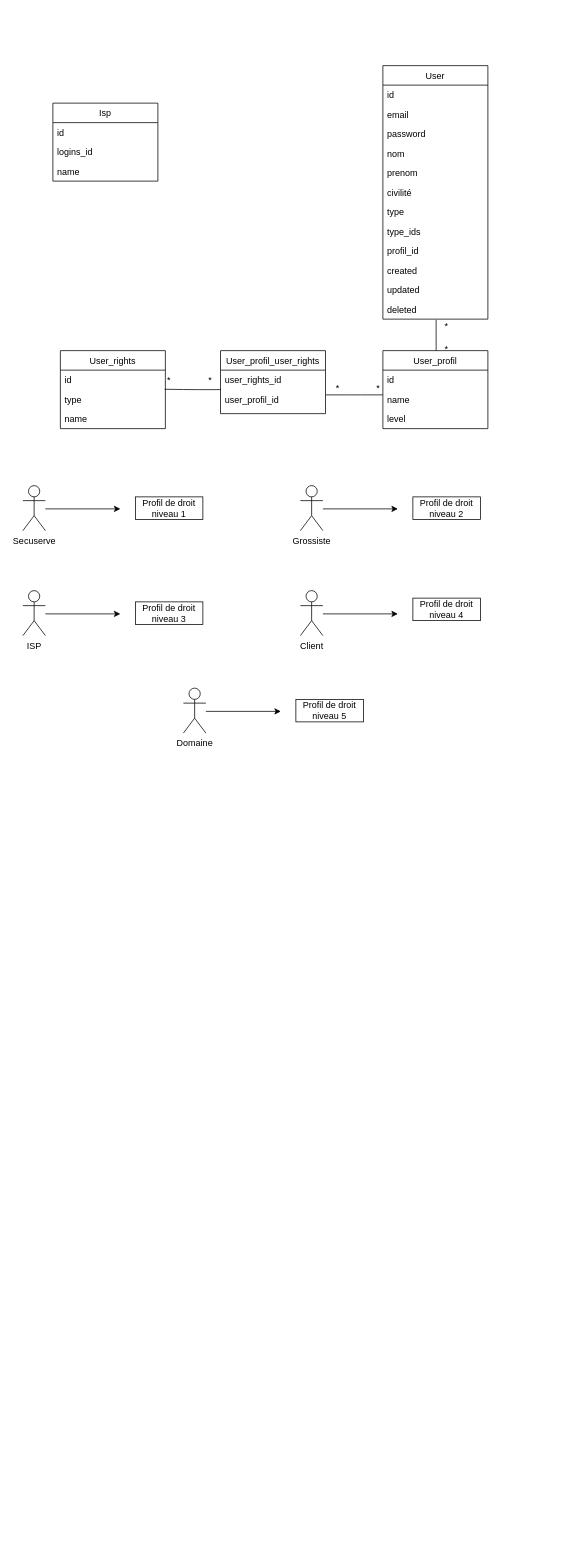
Above: security.drawio in nrgix2/api-netpoint (draw.io), before the change. Source tidied: cells renumbered, new cells numbered last; positions are measured from the earlier drawing's top-left corner, leaving out a move shared by most shapes. Both pictures are drawn from the tidied source at 75%, with x=0, y=0 at pixel (22, 65).
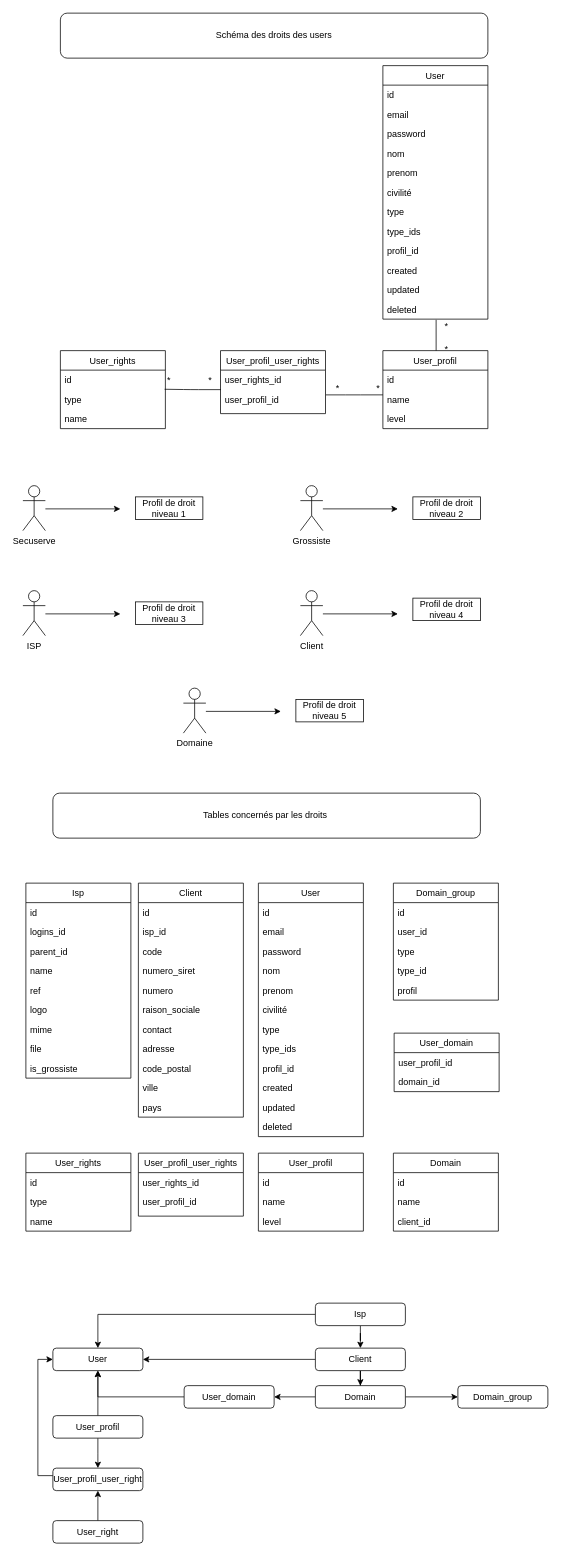
Above is the later version.

The edit, as a diff of the source:
```diff
@@
+    <mxCell id="54" value="User" style="swimlane;fontStyle=0;horizontal=1;startSize=26;" parent="1" vertex="1">
+      <mxGeometry x="314" y="1090" width="140" height="338" as="geometry" />
+    </mxCell>
+    <mxCell id="55" value="id" style="text;strokeColor=none;fillColor=none;align=left;verticalAlign=top;spacingLeft=4;spacingRight=4;overflow=hidden;" parent="54" vertex="1">
+      <mxGeometry y="26" width="140" height="26" as="geometry" />
+    </mxCell>
+    <mxCell id="56" value="email" style="text;strokeColor=none;fillColor=none;align=left;verticalAlign=top;spacingLeft=4;spacingRight=4;overflow=hidden;" parent="54" vertex="1">
+      <mxGeometry y="52" width="140" height="26" as="geometry" />
+    </mxCell>
+    <mxCell id="57" value="password" style="text;strokeColor=none;fillColor=none;align=left;verticalAlign=top;spacingLeft=4;spacingRight=4;overflow=hidden;" parent="54" vertex="1">
+      <mxGeometry y="78" width="140" height="26" as="geometry" />
+    </mxCell>
+    <mxCell id="58" value="nom" style="text;strokeColor=none;fillColor=none;align=left;verticalAlign=top;spacingLeft=4;spacingRight=4;overflow=hidden;" parent="54" vertex="1">
+      <mxGeometry y="104" width="140" height="26" as="geometry" />
+    </mxCell>
+    <mxCell id="59" value="prenom" style="text;strokeColor=none;fillColor=none;align=left;verticalAlign=top;spacingLeft=4;spacingRight=4;overflow=hidden;" parent="54" vertex="1">
+      <mxGeometry y="130" width="140" height="26" as="geometry" />
+    </mxCell>
+    <mxCell id="60" value="civilité" style="text;strokeColor=none;fillColor=none;align=left;verticalAlign=top;spacingLeft=4;spacingRight=4;overflow=hidden;" parent="54" vertex="1">
+      <mxGeometry y="156" width="140" height="26" as="geometry" />
+    </mxCell>
+    <mxCell id="61" value="type" style="text;strokeColor=none;fillColor=none;align=left;verticalAlign=top;spacingLeft=4;spacingRight=4;overflow=hidden;" parent="54" vertex="1">
+      <mxGeometry y="182" width="140" height="26" as="geometry" />
+    </mxCell>
+    <mxCell id="62" value="type_ids" style="text;strokeColor=none;fillColor=none;align=left;verticalAlign=top;spacingLeft=4;spacingRight=4;overflow=hidden;" parent="54" vertex="1">
+      <mxGeometry y="208" width="140" height="26" as="geometry" />
+    </mxCell>
+    <mxCell id="63" value="profil_id" style="text;strokeColor=none;fillColor=none;align=left;verticalAlign=top;spacingLeft=4;spacingRight=4;overflow=hidden;" parent="54" vertex="1">
+      <mxGeometry y="234" width="140" height="26" as="geometry" />
+    </mxCell>
+    <mxCell id="64" value="created" style="text;strokeColor=none;fillColor=none;align=left;verticalAlign=top;spacingLeft=4;spacingRight=4;overflow=hidden;" parent="54" vertex="1">
+      <mxGeometry y="260" width="140" height="26" as="geometry" />
+    </mxCell>
+    <mxCell id="65" value="updated" style="text;strokeColor=none;fillColor=none;align=left;verticalAlign=top;spacingLeft=4;spacingRight=4;overflow=hidden;" parent="54" vertex="1">
+      <mxGeometry y="286" width="140" height="26" as="geometry" />
+    </mxCell>
+    <mxCell id="66" value="deleted" style="text;strokeColor=none;fillColor=none;align=left;verticalAlign=top;spacingLeft=4;spacingRight=4;overflow=hidden;" parent="54" vertex="1">
+      <mxGeometry y="312" width="140" height="26" as="geometry" />
+    </mxCell>
     <mxCell id="50" value="Isp" style="swimlane;fontStyle=0;horizontal=1;startSize=26;" parent="1" vertex="1">
-      <mxGeometry x="40" y="50" width="140" height="104" as="geometry" />
+      <mxGeometry x="4" y="1090" width="140" height="260" as="geometry" />
     </mxCell>
-    <mxCell id="51" value="id" style="text;strokeColor=none;fillColor=none;align=left;verticalAlign=top;spacingLeft=4;spacingRight=4;overflow=hidden;" parent="50" vertex="1">
-      <mxGeometry y="26" width="140" height="26" as="geometry" />
-    </mxCell>
+    <mxCell id="67" value="id" style="text;strokeColor=none;fillColor=none;align=left;verticalAlign=top;spacingLeft=4;spacingRight=4;overflow=hidden;" parent="50" vertex="1">
+      <mxGeometry y="26" width="140" height="26" as="geometry" />
+    </mxCell>
@@
+    <mxCell id="68" value="parent_id" style="text;strokeColor=none;fillColor=none;align=left;verticalAlign=top;spacingLeft=4;spacingRight=4;overflow=hidden;" parent="50" vertex="1">
+      <mxGeometry y="78" width="140" height="26" as="geometry" />
+    </mxCell>
+    <mxCell id="69" value="name" style="text;strokeColor=none;fillColor=none;align=left;verticalAlign=top;spacingLeft=4;spacingRight=4;overflow=hidden;" parent="50" vertex="1">
+      <mxGeometry y="104" width="140" height="26" as="geometry" />
+    </mxCell>
+    <mxCell id="70" value="ref" style="text;strokeColor=none;fillColor=none;align=left;verticalAlign=top;spacingLeft=4;spacingRight=4;overflow=hidden;" parent="50" vertex="1">
+      <mxGeometry y="130" width="140" height="26" as="geometry" />
+    </mxCell>
+    <mxCell id="71" value="logo" style="text;strokeColor=none;fillColor=none;align=left;verticalAlign=top;spacingLeft=4;spacingRight=4;overflow=hidden;" parent="50" vertex="1">
+      <mxGeometry y="156" width="140" height="26" as="geometry" />
+    </mxCell>
+    <mxCell id="72" value="mime" style="text;strokeColor=none;fillColor=none;align=left;verticalAlign=top;spacingLeft=4;spacingRight=4;overflow=hidden;" parent="50" vertex="1">
+      <mxGeometry y="182" width="140" height="26" as="geometry" />
+    </mxCell>
+    <mxCell id="73" value="file" style="text;strokeColor=none;fillColor=none;align=left;verticalAlign=top;spacingLeft=4;spacingRight=4;overflow=hidden;" parent="50" vertex="1">
+      <mxGeometry y="208" width="140" height="26" as="geometry" />
+    </mxCell>
+    <mxCell id="74" value="is_grossiste" style="text;strokeColor=none;fillColor=none;align=left;verticalAlign=top;spacingLeft=4;spacingRight=4;overflow=hidden;" parent="50" vertex="1">
+      <mxGeometry y="234" width="140" height="26" as="geometry" />
+    </mxCell>
+    <mxCell id="75" value="Client" style="swimlane;fontStyle=0;horizontal=1;startSize=26;" parent="1" vertex="1">
+      <mxGeometry x="154" y="1090" width="140" height="312" as="geometry" />
+    </mxCell>
+    <mxCell id="76" value="id" style="text;strokeColor=none;fillColor=none;align=left;verticalAlign=top;spacingLeft=4;spacingRight=4;overflow=hidden;" parent="75" vertex="1">
+      <mxGeometry y="26" width="140" height="26" as="geometry" />
+    </mxCell>
+    <mxCell id="77" value="isp_id" style="text;strokeColor=none;fillColor=none;align=left;verticalAlign=top;spacingLeft=4;spacingRight=4;overflow=hidden;" parent="75" vertex="1">
+      <mxGeometry y="52" width="140" height="26" as="geometry" />
+    </mxCell>
+    <mxCell id="78" value="code" style="text;strokeColor=none;fillColor=none;align=left;verticalAlign=top;spacingLeft=4;spacingRight=4;overflow=hidden;" parent="75" vertex="1">
+      <mxGeometry y="78" width="140" height="26" as="geometry" />
+    </mxCell>
+    <mxCell id="79" value="numero_siret" style="text;strokeColor=none;fillColor=none;align=left;verticalAlign=top;spacingLeft=4;spacingRight=4;overflow=hidden;" parent="75" vertex="1">
+      <mxGeometry y="104" width="140" height="26" as="geometry" />
+    </mxCell>
+    <mxCell id="80" value="numero" style="text;strokeColor=none;fillColor=none;align=left;verticalAlign=top;spacingLeft=4;spacingRight=4;overflow=hidden;" parent="75" vertex="1">
+      <mxGeometry y="130" width="140" height="26" as="geometry" />
+    </mxCell>
+    <mxCell id="81" value="raison_sociale" style="text;strokeColor=none;fillColor=none;align=left;verticalAlign=top;spacingLeft=4;spacingRight=4;overflow=hidden;" parent="75" vertex="1">
+      <mxGeometry y="156" width="140" height="26" as="geometry" />
+    </mxCell>
+    <mxCell id="82" value="contact" style="text;strokeColor=none;fillColor=none;align=left;verticalAlign=top;spacingLeft=4;spacingRight=4;overflow=hidden;" parent="75" vertex="1">
+      <mxGeometry y="182" width="140" height="26" as="geometry" />
+    </mxCell>
+    <mxCell id="83" value="adresse" style="text;strokeColor=none;fillColor=none;align=left;verticalAlign=top;spacingLeft=4;spacingRight=4;overflow=hidden;" parent="75" vertex="1">
+      <mxGeometry y="208" width="140" height="26" as="geometry" />
+    </mxCell>
+    <mxCell id="84" value="code_postal" style="text;strokeColor=none;fillColor=none;align=left;verticalAlign=top;spacingLeft=4;spacingRight=4;overflow=hidden;" parent="75" vertex="1">
+      <mxGeometry y="234" width="140" height="26" as="geometry" />
+    </mxCell>
+    <mxCell id="85" value="ville" style="text;strokeColor=none;fillColor=none;align=left;verticalAlign=top;spacingLeft=4;spacingRight=4;overflow=hidden;" parent="75" vertex="1">
+      <mxGeometry y="260" width="140" height="26" as="geometry" />
+    </mxCell>
+    <mxCell id="86" value="pays" style="text;strokeColor=none;fillColor=none;align=left;verticalAlign=top;spacingLeft=4;spacingRight=4;overflow=hidden;" parent="75" vertex="1">
+      <mxGeometry y="286" width="140" height="26" as="geometry" />
+    </mxCell>
+    <mxCell id="87" value="Schéma des droits des users" style="rounded=1;whiteSpace=wrap;html=1;" parent="1" vertex="1">
+      <mxGeometry x="50" y="-70" width="570" height="60" as="geometry" />
+    </mxCell>
+    <mxCell id="88" value="Tables concernés par les droits&amp;nbsp;" style="rounded=1;whiteSpace=wrap;html=1;" parent="1" vertex="1">
+      <mxGeometry x="40" y="970" width="570" height="60" as="geometry" />
+    </mxCell>
+    <mxCell id="89" value="Domain_group" style="swimlane;fontStyle=0;horizontal=1;startSize=26;" parent="1" vertex="1">
+      <mxGeometry x="494" y="1090" width="140" height="156" as="geometry" />
+    </mxCell>
+    <mxCell id="90" value="id" style="text;strokeColor=none;fillColor=none;align=left;verticalAlign=top;spacingLeft=4;spacingRight=4;overflow=hidden;" parent="89" vertex="1">
+      <mxGeometry y="26" width="140" height="26" as="geometry" />
+    </mxCell>
+    <mxCell id="91" value="user_id" style="text;strokeColor=none;fillColor=none;align=left;verticalAlign=top;spacingLeft=4;spacingRight=4;overflow=hidden;" parent="89" vertex="1">
+      <mxGeometry y="52" width="140" height="26" as="geometry" />
+    </mxCell>
+    <mxCell id="92" value="type" style="text;strokeColor=none;fillColor=none;align=left;verticalAlign=top;spacingLeft=4;spacingRight=4;overflow=hidden;" parent="89" vertex="1">
+      <mxGeometry y="78" width="140" height="26" as="geometry" />
+    </mxCell>
+    <mxCell id="93" value="type_id" style="text;strokeColor=none;fillColor=none;align=left;verticalAlign=top;spacingLeft=4;spacingRight=4;overflow=hidden;" parent="89" vertex="1">
+      <mxGeometry y="104" width="140" height="26" as="geometry" />
+    </mxCell>
+    <mxCell id="94" value="profil" style="text;strokeColor=none;fillColor=none;align=left;verticalAlign=top;spacingLeft=4;spacingRight=4;overflow=hidden;" parent="89" vertex="1">
+      <mxGeometry y="130" width="140" height="26" as="geometry" />
+    </mxCell>
+    <mxCell id="95" value="User_rights" style="swimlane;fontStyle=0;horizontal=1;startSize=26;" parent="1" vertex="1">
+      <mxGeometry x="4" y="1450" width="140" height="104" as="geometry" />
+    </mxCell>
+    <mxCell id="96" value="id" style="text;strokeColor=none;fillColor=none;align=left;verticalAlign=top;spacingLeft=4;spacingRight=4;overflow=hidden;" parent="95" vertex="1">
+      <mxGeometry y="26" width="140" height="26" as="geometry" />
+    </mxCell>
+    <mxCell id="97" value="type" style="text;strokeColor=none;fillColor=none;align=left;verticalAlign=top;spacingLeft=4;spacingRight=4;overflow=hidden;" parent="95" vertex="1">
+      <mxGeometry y="52" width="140" height="26" as="geometry" />
+    </mxCell>
-    <mxCell id="53" value="name" style="text;strokeColor=none;fillColor=none;align=left;verticalAlign=top;spacingLeft=4;spacingRight=4;overflow=hidden;" parent="50" vertex="1">
+    <mxCell id="53" value="name" style="text;strokeColor=none;fillColor=none;align=left;verticalAlign=top;spacingLeft=4;spacingRight=4;overflow=hidden;" parent="95" vertex="1">
       <mxGeometry y="78" width="140" height="26" as="geometry" />
     </mxCell>
+    <mxCell id="98" value="User_profil_user_rights" style="swimlane;fontStyle=0;horizontal=1;startSize=26;" parent="1" vertex="1">
+      <mxGeometry x="154" y="1450" width="140" height="84" as="geometry" />
+    </mxCell>
+    <mxCell id="99" value="user_rights_id" style="text;strokeColor=none;fillColor=none;align=left;verticalAlign=top;spacingLeft=4;spacingRight=4;overflow=hidden;" parent="98" vertex="1">
+      <mxGeometry y="26" width="140" height="26" as="geometry" />
+    </mxCell>
+    <mxCell id="100" value="user_profil_id" style="text;strokeColor=none;fillColor=none;align=left;verticalAlign=top;spacingLeft=4;spacingRight=4;overflow=hidden;" parent="98" vertex="1">
+      <mxGeometry y="52" width="140" height="32" as="geometry" />
+    </mxCell>
+    <mxCell id="101" value="User_profil" style="swimlane;fontStyle=0;horizontal=1;startSize=26;" parent="1" vertex="1">
+      <mxGeometry x="314" y="1450" width="140" height="104" as="geometry" />
+    </mxCell>
+    <mxCell id="102" value="id" style="text;strokeColor=none;fillColor=none;align=left;verticalAlign=top;spacingLeft=4;spacingRight=4;overflow=hidden;" parent="101" vertex="1">
+      <mxGeometry y="26" width="140" height="26" as="geometry" />
+    </mxCell>
+    <mxCell id="103" value="name" style="text;strokeColor=none;fillColor=none;align=left;verticalAlign=top;spacingLeft=4;spacingRight=4;overflow=hidden;" parent="101" vertex="1">
+      <mxGeometry y="52" width="140" height="26" as="geometry" />
+    </mxCell>
+    <mxCell id="104" value="level" style="text;strokeColor=none;fillColor=none;align=left;verticalAlign=top;spacingLeft=4;spacingRight=4;overflow=hidden;" parent="101" vertex="1">
+      <mxGeometry y="78" width="140" height="26" as="geometry" />
+    </mxCell>
+    <mxCell id="105" value="Domain" style="swimlane;fontStyle=0;horizontal=1;startSize=26;" parent="1" vertex="1">
+      <mxGeometry x="494" y="1450" width="140" height="104" as="geometry" />
+    </mxCell>
+    <mxCell id="106" value="id" style="text;strokeColor=none;fillColor=none;align=left;verticalAlign=top;spacingLeft=4;spacingRight=4;overflow=hidden;" parent="105" vertex="1">
+      <mxGeometry y="26" width="140" height="26" as="geometry" />
+    </mxCell>
+    <mxCell id="107" value="name" style="text;strokeColor=none;fillColor=none;align=left;verticalAlign=top;spacingLeft=4;spacingRight=4;overflow=hidden;" parent="105" vertex="1">
+      <mxGeometry y="52" width="140" height="26" as="geometry" />
+    </mxCell>
+    <mxCell id="108" value="client_id" style="text;strokeColor=none;fillColor=none;align=left;verticalAlign=top;spacingLeft=4;spacingRight=4;overflow=hidden;" parent="105" vertex="1">
+      <mxGeometry y="78" width="140" height="26" as="geometry" />
+    </mxCell>
+    <mxCell id="109" value="User_domain" style="swimlane;fontStyle=0;horizontal=1;startSize=26;" parent="1" vertex="1">
+      <mxGeometry x="495" y="1290" width="140" height="78" as="geometry" />
+    </mxCell>
+    <mxCell id="110" value="user_profil_id" style="text;strokeColor=none;fillColor=none;align=left;verticalAlign=top;spacingLeft=4;spacingRight=4;overflow=hidden;" parent="109" vertex="1">
+      <mxGeometry y="26" width="140" height="26" as="geometry" />
+    </mxCell>
+    <mxCell id="111" value="domain_id" style="text;strokeColor=none;fillColor=none;align=left;verticalAlign=top;spacingLeft=4;spacingRight=4;overflow=hidden;" parent="109" vertex="1">
+      <mxGeometry y="52" width="140" height="26" as="geometry" />
+    </mxCell>
+    <mxCell id="112" style="edgeStyle=orthogonalEdgeStyle;rounded=0;jettySize=auto;html=1;" parent="1" edge="1" source="114" target="128">
+      <mxGeometry relative="1" as="geometry" />
+    </mxCell>
+    <mxCell id="113" style="edgeStyle=orthogonalEdgeStyle;rounded=0;jettySize=auto;html=1;" parent="1" edge="1" source="114" target="117">
+      <mxGeometry relative="1" as="geometry" />
+    </mxCell>
+    <mxCell id="114" value="Isp" style="rounded=1;whiteSpace=wrap;html=1;" parent="1" vertex="1">
+      <mxGeometry x="390" y="1650" width="120" height="30" as="geometry" />
+    </mxCell>
+    <mxCell id="115" style="edgeStyle=orthogonalEdgeStyle;rounded=0;jettySize=auto;html=1;" parent="1" edge="1" source="117" target="128">
+      <mxGeometry relative="1" as="geometry" />
+    </mxCell>
+    <mxCell id="116" style="edgeStyle=orthogonalEdgeStyle;rounded=0;jettySize=auto;html=1;" parent="1" edge="1" source="117" target="131">
+      <mxGeometry relative="1" as="geometry" />
+    </mxCell>
+    <mxCell id="117" value="Client" style="rounded=1;whiteSpace=wrap;html=1;" parent="1" vertex="1">
+      <mxGeometry x="390" y="1710" width="120" height="30" as="geometry" />
+    </mxCell>
+    <mxCell id="118" value="Domain_group" style="rounded=1;whiteSpace=wrap;html=1;" parent="1" vertex="1">
+      <mxGeometry x="580" y="1760" width="120" height="30" as="geometry" />
+    </mxCell>
+    <mxCell id="119" style="edgeStyle=orthogonalEdgeStyle;rounded=0;jettySize=auto;html=1;" parent="1" edge="1" source="120" target="128">
+      <mxGeometry relative="1" as="geometry" />
+    </mxCell>
+    <mxCell id="120" value="User_domain" style="rounded=1;whiteSpace=wrap;html=1;" parent="1" vertex="1">
+      <mxGeometry x="215" y="1760" width="120" height="30" as="geometry" />
+    </mxCell>
+    <mxCell id="121" style="edgeStyle=orthogonalEdgeStyle;rounded=0;jettySize=auto;html=1;entryX=0;entryY=0.5;entryDx=0;entryDy=0;" parent="1" edge="1" source="122" target="128">
+      <mxGeometry relative="1" as="geometry">
+        <Array as="points">
+          <mxPoint x="20" y="1880" />
+          <mxPoint x="20" y="1725" />
+        </Array>
+      </mxGeometry>
+    </mxCell>
+    <mxCell id="122" value="User_profil_user_right" style="rounded=1;whiteSpace=wrap;html=1;" parent="1" vertex="1">
+      <mxGeometry x="40" y="1870" width="120" height="30" as="geometry" />
+    </mxCell>
+    <mxCell id="123" style="edgeStyle=orthogonalEdgeStyle;rounded=0;jettySize=auto;html=1;" parent="1" edge="1" source="125" target="128">
+      <mxGeometry relative="1" as="geometry" />
+    </mxCell>
+    <mxCell id="124" style="edgeStyle=orthogonalEdgeStyle;rounded=0;jettySize=auto;html=1;" parent="1" edge="1" source="125">
+      <mxGeometry relative="1" as="geometry">
+        <mxPoint x="100" y="1870" as="targetPoint" />
+      </mxGeometry>
+    </mxCell>
+    <mxCell id="125" value="User_profil" style="rounded=1;whiteSpace=wrap;html=1;" parent="1" vertex="1">
+      <mxGeometry x="40" y="1800" width="120" height="30" as="geometry" />
+    </mxCell>
+    <mxCell id="126" style="edgeStyle=orthogonalEdgeStyle;rounded=0;jettySize=auto;html=1;" parent="1" edge="1" source="127">
+      <mxGeometry relative="1" as="geometry">
+        <mxPoint x="100" y="1900" as="targetPoint" />
+        <Array as="points">
+          <mxPoint x="100" y="1910" />
+          <mxPoint x="100" y="1910" />
+        </Array>
+      </mxGeometry>
+    </mxCell>
+    <mxCell id="127" value="User_right" style="rounded=1;whiteSpace=wrap;html=1;" parent="1" vertex="1">
+      <mxGeometry x="40" y="1940" width="120" height="30" as="geometry" />
+    </mxCell>
+    <mxCell id="128" value="User" style="rounded=1;whiteSpace=wrap;html=1;" parent="1" vertex="1">
+      <mxGeometry x="40" y="1710" width="120" height="30" as="geometry" />
+    </mxCell>
+    <mxCell id="129" style="edgeStyle=orthogonalEdgeStyle;rounded=0;jettySize=auto;html=1;" parent="1" edge="1" source="131" target="120">
+      <mxGeometry relative="1" as="geometry" />
+    </mxCell>
+    <mxCell id="130" style="edgeStyle=orthogonalEdgeStyle;rounded=0;jettySize=auto;html=1;" parent="1" edge="1" source="131" target="118">
+      <mxGeometry relative="1" as="geometry" />
+    </mxCell>
+    <mxCell id="131" value="Domain" style="rounded=1;whiteSpace=wrap;html=1;" parent="1" vertex="1">
+      <mxGeometry x="390" y="1760" width="120" height="30" as="geometry" />
+    </mxCell>
```
